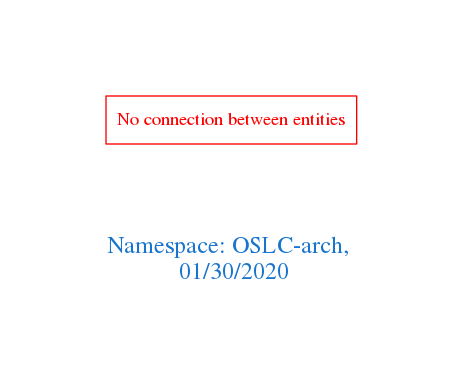
Earlier version of the Graphviz export downloads/OSLC-arch.png (arago/OGIT). Its source is kept beside it as downloads/OSLC-arch.dot.
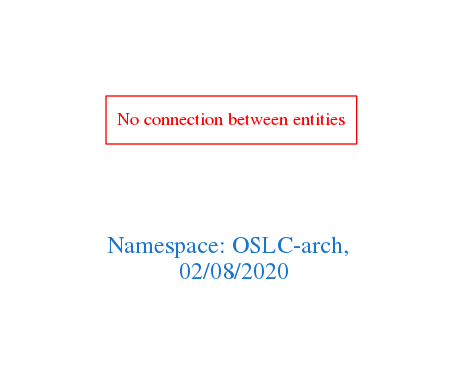
The same file after the commit.

Diff of the diagram source:
```diff
@@ -1,7 +1,7 @@
 digraph OGIT_ontology {
  graph [ rankdir= LR,pad=1
 fontsize = 18,
-fontcolor= dodgerblue3,label = "\n\n\nNamespace: OSLC-arch, \n 01/30/2020"];
+fontcolor= dodgerblue3,label = "\n\n\nNamespace: OSLC-arch, \n 02/08/2020"];
 node[shape=polygon];
 edge [  color="gray81"];
 
```
